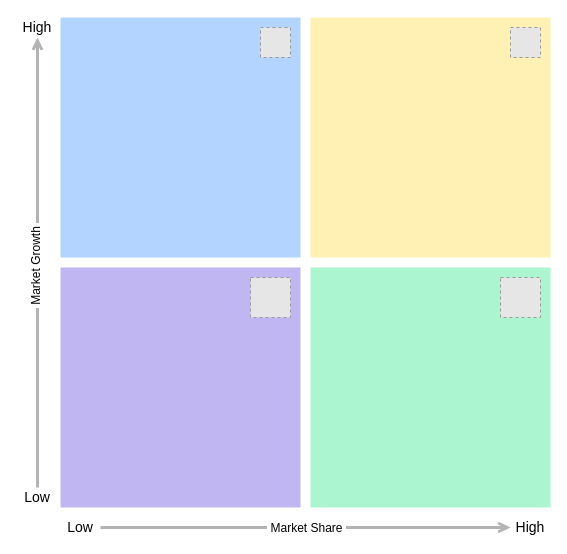
Earlier version of the draw.io diagram Project: Agile Software Engineering Diagram 1.drawio (Matasem-h/SimpleFlowcharts). Source tidied: cells renumbered, new cells numbered last; positions are measured from the earlier drawing's top-left corner, leaving out a move shared by most shapes. Both pictures are drawn from the tidied source at 100%, with x=0, y=0 at pixel (17, 17). Pictures stored in the file or linked from it are replaced by grey dashed boxes.
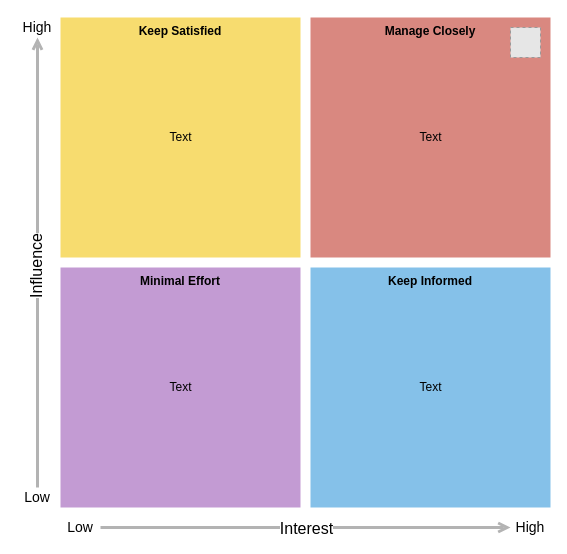
Above is the later version.

What changed in the source:
```diff
@@
 <mxGraphModel>
   <root>
     <mxCell id="0" />
     <mxCell id="1" parent="0" />
-    <mxCell id="2" style="whiteSpace=wrap;html=1;shadow=0;strokeColor=none;fillColor=#B3D4FF;" parent="1" vertex="1">
+    <mxCell id="2" value="&lt;b&gt;Keep Satisfied&lt;/b&gt;" style="whiteSpace=wrap;html=1;shadow=0;strokeColor=none;fillColor=light-dark(#F7DC6F,#F7DC6F);verticalAlign=top;align=center;" parent="1" vertex="1">
       <mxGeometry x="43" width="240" height="240" as="geometry" />
     </mxCell>
-    <mxCell id="3" style="whiteSpace=wrap;html=1;shadow=0;strokeColor=none;fillColor=#FFF0B3;" parent="1" vertex="1">
+    <mxCell id="3" value="&lt;b&gt;&lt;font&gt;Manage Closely&lt;/font&gt;&lt;/b&gt;" style="whiteSpace=wrap;html=1;shadow=0;strokeColor=none;fillColor=light-dark(#D98880,#AF6D67);verticalAlign=top;align=center;" parent="1" vertex="1">
       <mxGeometry x="293" width="240" height="240" as="geometry" />
     </mxCell>
-    <mxCell id="4" style="whiteSpace=wrap;html=1;shadow=0;strokeColor=none;fillColor=#ABF5D1;" parent="1" vertex="1">
+    <mxCell id="4" value="&lt;b&gt;Keep Informed&lt;/b&gt;" style="whiteSpace=wrap;html=1;shadow=0;strokeColor=none;fillColor=light-dark(#85C1E9,#85C1E9);verticalAlign=top;" parent="1" vertex="1">
       <mxGeometry x="293" y="250" width="240" height="240" as="geometry" />
     </mxCell>
-    <mxCell id="5" style="whiteSpace=wrap;html=1;shadow=0;strokeColor=none;fillColor=#C0B6F2;" parent="1" vertex="1">
+    <mxCell id="5" value="&lt;b&gt;Minimal Effort&lt;/b&gt;" style="whiteSpace=wrap;html=1;shadow=0;strokeColor=none;fillColor=light-dark(#C39BD3,#C39BD3);verticalAlign=top;" parent="1" vertex="1">
       <mxGeometry x="43" y="250" width="240" height="240" as="geometry" />
     </mxCell>
     <mxCell id="6" style="edgeStyle=orthogonalEdgeStyle;rounded=0;jettySize=auto;html=1;entryX=0;entryY=0.5;entryDx=0;entryDy=0;shadow=0;endArrow=open;endFill=0;strokeColor=#B3B3B3;strokeWidth=3;fontSize=14;" parent="1" edge="1" source="8" target="9">
       <mxGeometry relative="1" as="geometry" />
     </mxCell>
-    <mxCell id="7" value="&amp;nbsp;Market Share&amp;nbsp;" style="edgeLabel;html=1;align=center;verticalAlign=middle;fontSize=12;" parent="6" vertex="1">
+    <mxCell id="7" value="Interest" style="edgeLabel;html=1;align=center;verticalAlign=middle;fontSize=16;" parent="6" vertex="1">
       <mxGeometry relative="1" as="geometry" />
     </mxCell>
     <mxCell id="8" value="Low" style="text;html=1;strokeColor=none;fillColor=none;align=center;verticalAlign=middle;whiteSpace=wrap;rounded=0;shadow=0;glass=0;sketch=0;fontSize=14;" parent="1" vertex="1">
       <mxGeometry x="43" y="500" width="40" height="20" as="geometry" />
     </mxCell>
     <mxCell id="9" value="High" style="text;html=1;strokeColor=none;fillColor=none;align=center;verticalAlign=middle;whiteSpace=wrap;rounded=0;shadow=0;glass=0;sketch=0;fontSize=14;" parent="1" vertex="1">
       <mxGeometry x="493" y="500" width="40" height="20" as="geometry" />
     </mxCell>
     <mxCell id="10" style="edgeStyle=orthogonalEdgeStyle;rounded=0;jettySize=auto;html=1;shadow=0;endArrow=open;endFill=0;strokeColor=#B3B3B3;strokeWidth=3;fontSize=14;entryX=0.5;entryY=1;entryDx=0;entryDy=0;" parent="1" edge="1" source="12" target="13">
       <mxGeometry relative="1" as="geometry" />
     </mxCell>
-    <mxCell id="11" value="&amp;nbsp;Market Growth&amp;nbsp;" style="edgeLabel;html=1;align=center;verticalAlign=middle;fontSize=12;horizontal=0;" parent="10" vertex="1">
+    <mxCell id="11" value="&lt;font style=&quot;font-size: 16px;&quot;&gt;Influence&lt;/font&gt;" style="edgeLabel;html=1;align=center;verticalAlign=middle;fontSize=12;horizontal=0;" parent="10" vertex="1">
       <mxGeometry relative="1" as="geometry">
         <mxPoint x="-2" y="5" as="offset" />
       </mxGeometry>
     </mxCell>
     <mxCell id="12" value="Low" style="text;html=1;strokeColor=none;fillColor=none;align=center;verticalAlign=middle;whiteSpace=wrap;rounded=0;shadow=0;glass=0;sketch=0;fontSize=14;" parent="1" vertex="1">
       <mxGeometry y="470" width="40" height="20" as="geometry" />
     </mxCell>
     <mxCell id="13" value="High" style="text;html=1;strokeColor=none;fillColor=none;align=center;verticalAlign=middle;whiteSpace=wrap;rounded=0;shadow=0;glass=0;sketch=0;fontSize=14;" parent="1" vertex="1">
       <mxGeometry width="40" height="20" as="geometry" />
     </mxCell>
-    <mxCell id="14" style="fillColor=#E6E6E6;strokeColor=#999999;dashed=1;html=1;verticalAlign=top;verticalLabelPosition=bottom;labelBackgroundColor=#ffffff;fontSize=12;" parent="1" vertex="1">
-      <mxGeometry x="233" y="260" width="40" height="40" as="geometry" />
-    </mxCell>
-    <mxCell id="15" style="fillColor=#E6E6E6;strokeColor=#999999;dashed=1;html=1;verticalAlign=top;verticalLabelPosition=bottom;labelBackgroundColor=#ffffff;fontSize=12;" parent="1" vertex="1">
-      <mxGeometry x="483" y="260" width="40" height="40" as="geometry" />
-    </mxCell>
     <mxCell id="16" style="fillColor=#E6E6E6;strokeColor=#999999;dashed=1;html=1;verticalAlign=top;verticalLabelPosition=bottom;labelBackgroundColor=#ffffff;fontSize=12;" parent="1" vertex="1">
       <mxGeometry x="493" y="10" width="30" height="30" as="geometry" />
     </mxCell>
-    <mxCell id="17" style="fillColor=#E6E6E6;strokeColor=#999999;dashed=1;html=1;verticalAlign=top;verticalLabelPosition=bottom;labelBackgroundColor=#ffffff;fontSize=12;" parent="1" vertex="1">
-      <mxGeometry x="243" y="10" width="30" height="30" as="geometry" />
-    </mxCell>
+    <mxCell id="18" value="Text" style="text;html=1;align=center;verticalAlign=middle;strokeColor=none;fillColor=none;" parent="1" vertex="1">
+      <mxGeometry x="138" y="105" width="50" height="30" as="geometry" />
+    </mxCell>
+    <mxCell id="19" value="Text" style="text;html=1;align=center;verticalAlign=middle;strokeColor=none;fillColor=none;" parent="1" vertex="1">
+      <mxGeometry x="388" y="105" width="50" height="30" as="geometry" />
+    </mxCell>
+    <mxCell id="20" value="Text" style="text;html=1;align=center;verticalAlign=middle;strokeColor=none;fillColor=none;" parent="1" vertex="1">
+      <mxGeometry x="388" y="355" width="50" height="30" as="geometry" />
+    </mxCell>
+    <mxCell id="21" value="Text" style="text;html=1;align=center;verticalAlign=middle;strokeColor=none;fillColor=none;" parent="1" vertex="1">
+      <mxGeometry x="138" y="355" width="50" height="30" as="geometry" />
+    </mxCell>
   </root>
 </mxGraphModel>
```
